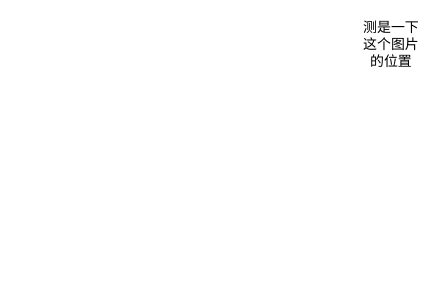
Above: 未命名绘图.drawio in 1240082314/GieDemo (draw.io), before the change. Source tidied: cells renumbered, new cells numbered last; positions are measured from the earlier drawing's top-left corner, leaving out a move shared by most shapes. Both pictures are drawn from the tidied source at 116%, with x=0, y=0 at pixel (356, 27).
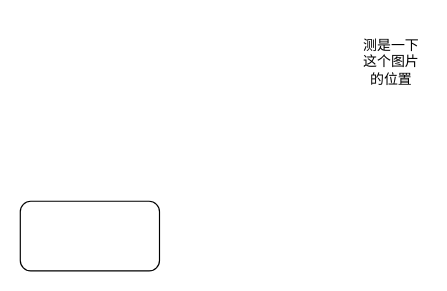
Above is the later version.

The edit, as a diff of the source:
```diff
@@
 <mxGraphModel>
   <root>
     <mxCell id="0" />
     <mxCell id="1" parent="0" />
     <mxCell id="2" value="测是一下这个图片的位置" style="text;html=1;strokeColor=none;fillColor=none;align=center;verticalAlign=middle;whiteSpace=wrap;rounded=0;" parent="1" vertex="1">
-      <mxGeometry width="60" height="30" as="geometry" />
+      <mxGeometry width="60" height="60" as="geometry" />
     </mxCell>
+    <mxCell id="3" style="rounded=1;whiteSpace=wrap;html=1;" parent="1" vertex="1">
+      <mxGeometry x="-290" y="150" width="120" height="60" as="geometry" />
+    </mxCell>
   </root>
 </mxGraphModel>
```
